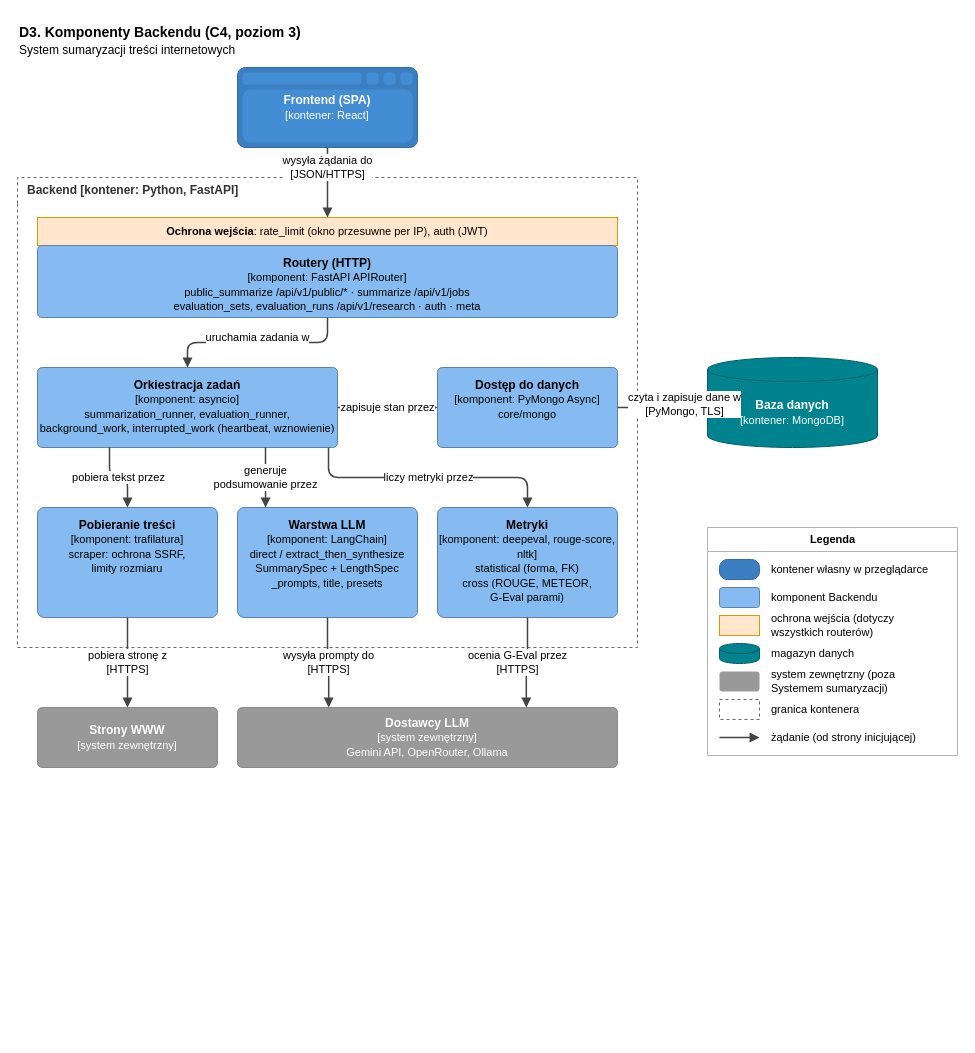
The draw.io diagram docs/diagrams/d3-komponenty.drawio in pkonkol/inzynierka-llm-summarizer, before the edit. Source tidied: cells renumbered, new cells numbered last; positions are measured from the earlier drawing's top-left corner, leaving out a move shared by most shapes. Both pictures are drawn from the tidied source at 100%, with x=0, y=0 at pixel (17, 17).
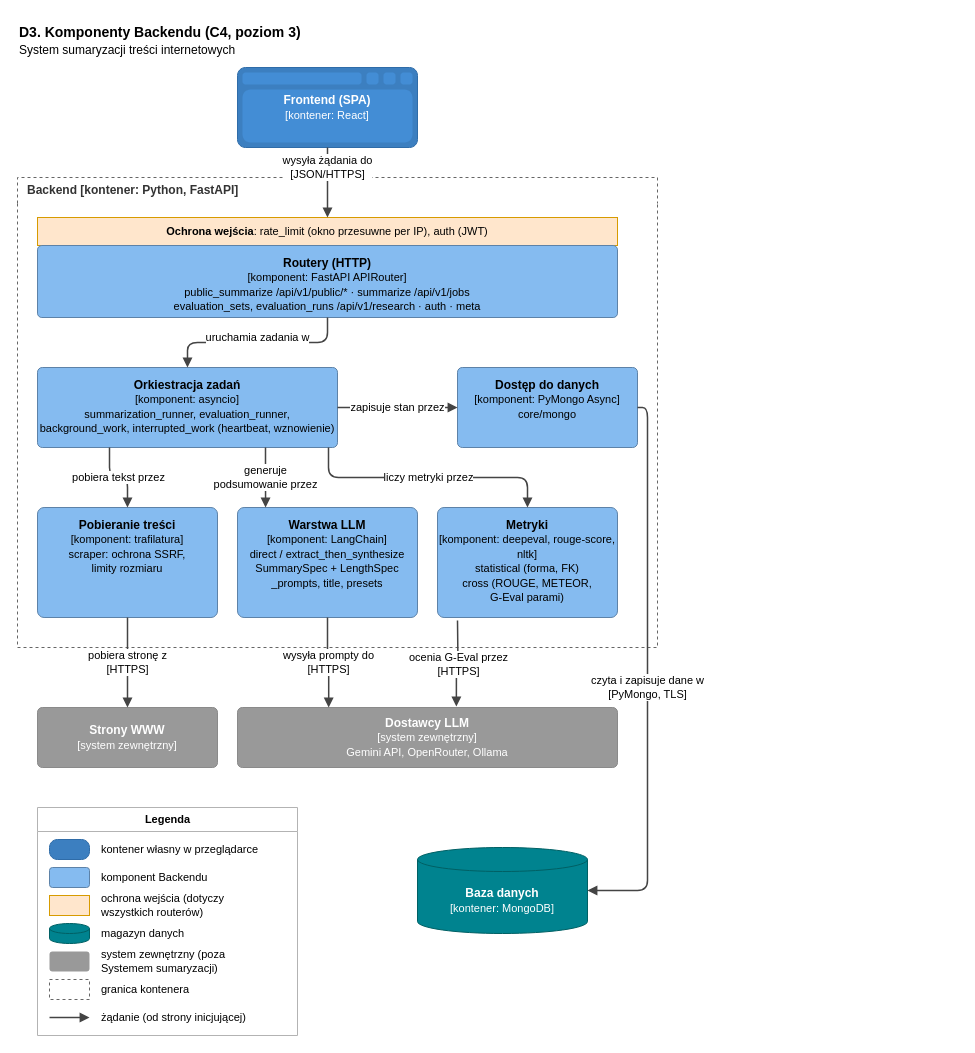
After the change.

Unchanged cells that the change refers to:
```xml
<mxCell id="12" value="&lt;b&gt;Metryki&lt;/b&gt;&lt;br&gt;&lt;font style=&quot;font-size:11px&quot;&gt;[komponent: deepeval, rouge-score, nltk]&lt;br&gt;statistical (forma, FK)&lt;br&gt;cross (ROUGE, METEOR,&lt;br&gt;G-Eval parami)&lt;/font&gt;" style="rounded=1;arcSize=6;whiteSpace=wrap;html=1;fillColor=#85BBF0;strokeColor=#5D82A8;fontColor=#000000;fontSize=12;verticalAlign=top;spacingTop=4;" parent="5" vertex="1">
  <mxGeometry x="420" y="330" width="180" height="110" as="geometry" />
</mxCell>
<mxCell id="20" value="&lt;b&gt;Dostawcy LLM&lt;/b&gt;&lt;br&gt;&lt;font style=&quot;font-size:11px&quot;&gt;[system zewnętrzny]&lt;br&gt;Gemini API, OpenRouter, Ollama&lt;/font&gt;" style="rounded=1;arcSize=8;whiteSpace=wrap;html=1;fillColor=#999999;strokeColor=#8A8A8A;fontColor=#FFFFFF;fontSize=12;" parent="1" vertex="1">
  <mxGeometry x="220" y="690" width="380" height="60" as="geometry" />
</mxCell>
```

The edit, as a diff of the source:
```diff
@@
-    <mxCell id="2" parent="0" />
-    <mxCell id="3" value="&lt;b&gt;D3. Komponenty Backendu (C4, poziom 3)&lt;/b&gt;&lt;br&gt;&lt;font style=&quot;font-size:12px&quot;&gt;System sumaryzacji treści internetowych&lt;/font&gt;" style="text;html=1;align=left;verticalAlign=top;fontSize=14;" parent="2" vertex="1">
-      <mxGeometry width="420" height="50" as="geometry" />
-    </mxCell>
@@
     <mxCell id="5" value="Backend [kontener: Python, FastAPI]" style="swimlane;startSize=26;html=1;fontSize=12;fontStyle=1;dashed=1;fillColor=none;strokeColor=#666666;fontColor=#333333;swimlaneLine=0;align=left;spacingLeft=8;" parent="1" vertex="1">
-      <mxGeometry y="160" width="620" height="470" as="geometry" />
+      <mxGeometry y="160" width="640" height="470" as="geometry" />
     </mxCell>
@@
     <mxCell id="9" value="&lt;b&gt;Dostęp do danych&lt;/b&gt;&lt;br&gt;&lt;font style=&quot;font-size:11px&quot;&gt;[komponent: PyMongo Async]&lt;br&gt;core/mongo&lt;/font&gt;" style="rounded=1;arcSize=6;whiteSpace=wrap;html=1;fillColor=#85BBF0;strokeColor=#5D82A8;fontColor=#000000;fontSize=12;verticalAlign=top;spacingTop=4;" parent="5" vertex="1">
-      <mxGeometry x="420" y="190" width="180" height="80" as="geometry" />
+      <mxGeometry x="440" y="190" width="180" height="80" as="geometry" />
     </mxCell>
@@
     <mxCell id="18" value="&lt;b&gt;Baza danych&lt;/b&gt;&lt;br&gt;&lt;font style=&quot;font-size:11px&quot;&gt;[kontener: MongoDB]&lt;/font&gt;" style="shape=cylinder3;boundedLbl=1;backgroundOutline=1;size=12;whiteSpace=wrap;html=1;fillColor=#00838F;strokeColor=#006064;fontColor=#FFFFFF;fontSize=12;" parent="1" vertex="1">
-      <mxGeometry x="690" y="340" width="170" height="90" as="geometry" />
+      <mxGeometry x="400" y="830" width="170" height="86" as="geometry" />
     </mxCell>
@@
-    <mxCell id="22" value="czyta i zapisuje dane w&lt;br&gt;[PyMongo, TLS]" style="edgeStyle=orthogonalEdgeStyle;rounded=1;curved=0;html=1;endArrow=block;endFill=1;strokeWidth=1.5;labelBackgroundColor=#FFFFFF;fontSize=11;entryX=0;entryY=0.5;entryDx=0;entryDy=0;exitX=1;exitY=0.5;exitDx=0;exitDy=0;strokeColor=#444444;" parent="1" edge="1" source="9" target="18">
-      <mxGeometry y="-22" relative="1" as="geometry" />
+    <mxCell id="22" value="czyta i zapisuje dane w&lt;br&gt;[PyMongo, TLS]" style="edgeStyle=orthogonalEdgeStyle;rounded=1;curved=0;html=1;endArrow=block;endFill=1;strokeWidth=1.5;labelBackgroundColor=#FFFFFF;fontSize=11;entryX=1;entryY=0.5;entryDx=0;entryDy=0;exitX=1;exitY=0.5;exitDx=0;exitDy=0;strokeColor=#444444;entryPerimeter=0;" parent="1" edge="1" source="9" target="18">
+      <mxGeometry x="0.05" relative="1" as="geometry" />
     </mxCell>
@@
-    <mxCell id="25" value="ocenia G-Eval przez&lt;br&gt;[HTTPS]" style="edgeStyle=orthogonalEdgeStyle;rounded=1;curved=0;html=1;endArrow=block;endFill=1;strokeWidth=1.5;labelBackgroundColor=#FFFFFF;fontSize=11;entryX=0.76;entryY=0;entryDx=0;entryDy=0;strokeColor=#444444;" parent="1" edge="1" source="12" target="20">
-      <mxGeometry x="0.01" y="-9" relative="1" as="geometry" />
+    <mxCell id="25" value="ocenia G-Eval przez&lt;br&gt;[HTTPS]" style="edgeStyle=orthogonalEdgeStyle;rounded=1;curved=0;html=1;endArrow=block;endFill=1;strokeWidth=1.5;labelBackgroundColor=#FFFFFF;fontSize=11;entryX=0.576;entryY=-0.017;entryDx=0;entryDy=0;strokeColor=#444444;entryPerimeter=0;" parent="1" edge="1" target="20">
+      <mxGeometry x="0.01" relative="1" as="geometry">
+        <mxPoint x="440" y="603" as="sourcePoint" />
+      </mxGeometry>
     </mxCell>
     <mxCell id="26" value="Legenda" style="swimlane;startSize=24;html=1;fontSize=11;fontStyle=1;fillColor=none;strokeColor=#B3B3B3;" parent="1" vertex="1">
-      <mxGeometry x="690" y="510" width="250" height="228" as="geometry" />
+      <mxGeometry x="20" y="790" width="260" height="228" as="geometry" />
     </mxCell>
@@
+    <mxCell id="2" parent="0" />
+    <mxCell id="3" value="&lt;b&gt;D3. Komponenty Backendu (C4, poziom 3)&lt;/b&gt;&lt;br&gt;&lt;font style=&quot;font-size:12px&quot;&gt;System sumaryzacji treści internetowych&lt;/font&gt;" style="text;html=1;align=left;verticalAlign=top;fontSize=14;" parent="2" vertex="1">
+      <mxGeometry width="420" height="50" as="geometry" />
+    </mxCell>
```
